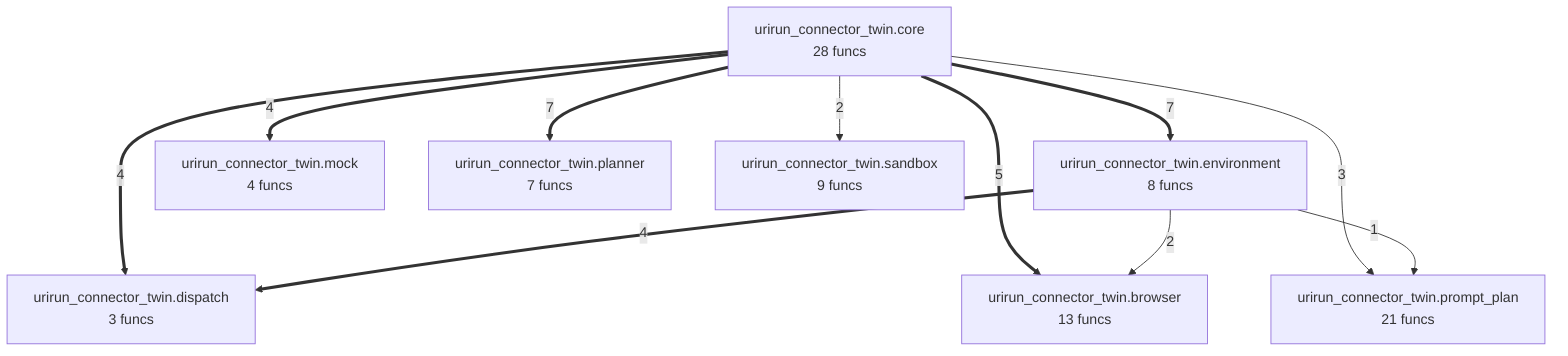
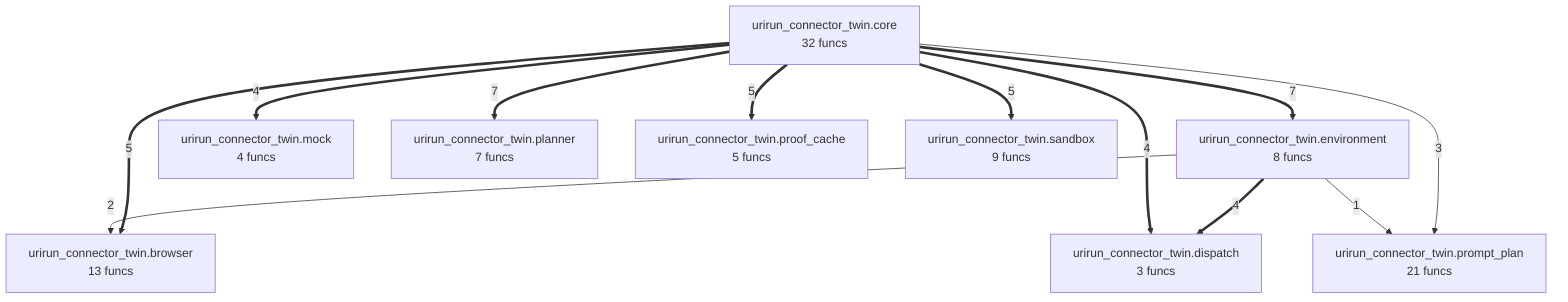
flowchart TD
%% generated in 0.00s
    urirun_connector_twin__browser["urirun_connector_twin.browser<br/>13 funcs"]
-     urirun_connector_twin__core["urirun_connector_twin.core<br/>28 funcs"]
+     urirun_connector_twin__core["urirun_connector_twin.core<br/>32 funcs"]
    urirun_connector_twin__dispatch["urirun_connector_twin.dispatch<br/>3 funcs"]
    urirun_connector_twin__environment["urirun_connector_twin.environment<br/>8 funcs"]
    urirun_connector_twin__mock["urirun_connector_twin.mock<br/>4 funcs"]
    urirun_connector_twin__planner["urirun_connector_twin.planner<br/>7 funcs"]
    urirun_connector_twin__prompt_plan["urirun_connector_twin.prompt_plan<br/>21 funcs"]
+     urirun_connector_twin__proof_cache["urirun_connector_twin.proof_cache<br/>5 funcs"]
    urirun_connector_twin__sandbox["urirun_connector_twin.sandbox<br/>9 funcs"]
    urirun_connector_twin__core ==>|7| urirun_connector_twin__environment
    urirun_connector_twin__core ==>|7| urirun_connector_twin__planner
    urirun_connector_twin__core ==>|5| urirun_connector_twin__browser
+     urirun_connector_twin__core ==>|5| urirun_connector_twin__sandbox
+     urirun_connector_twin__core ==>|5| urirun_connector_twin__proof_cache
+     urirun_connector_twin__environment ==>|4| urirun_connector_twin__dispatch
    urirun_connector_twin__core ==>|4| urirun_connector_twin__mock
    urirun_connector_twin__core ==>|4| urirun_connector_twin__dispatch
-     urirun_connector_twin__environment ==>|4| urirun_connector_twin__dispatch
    urirun_connector_twin__core -->|3| urirun_connector_twin__prompt_plan
-     urirun_connector_twin__core -->|2| urirun_connector_twin__sandbox
    urirun_connector_twin__environment -->|2| urirun_connector_twin__browser
    urirun_connector_twin__environment -->|1| urirun_connector_twin__prompt_plan
